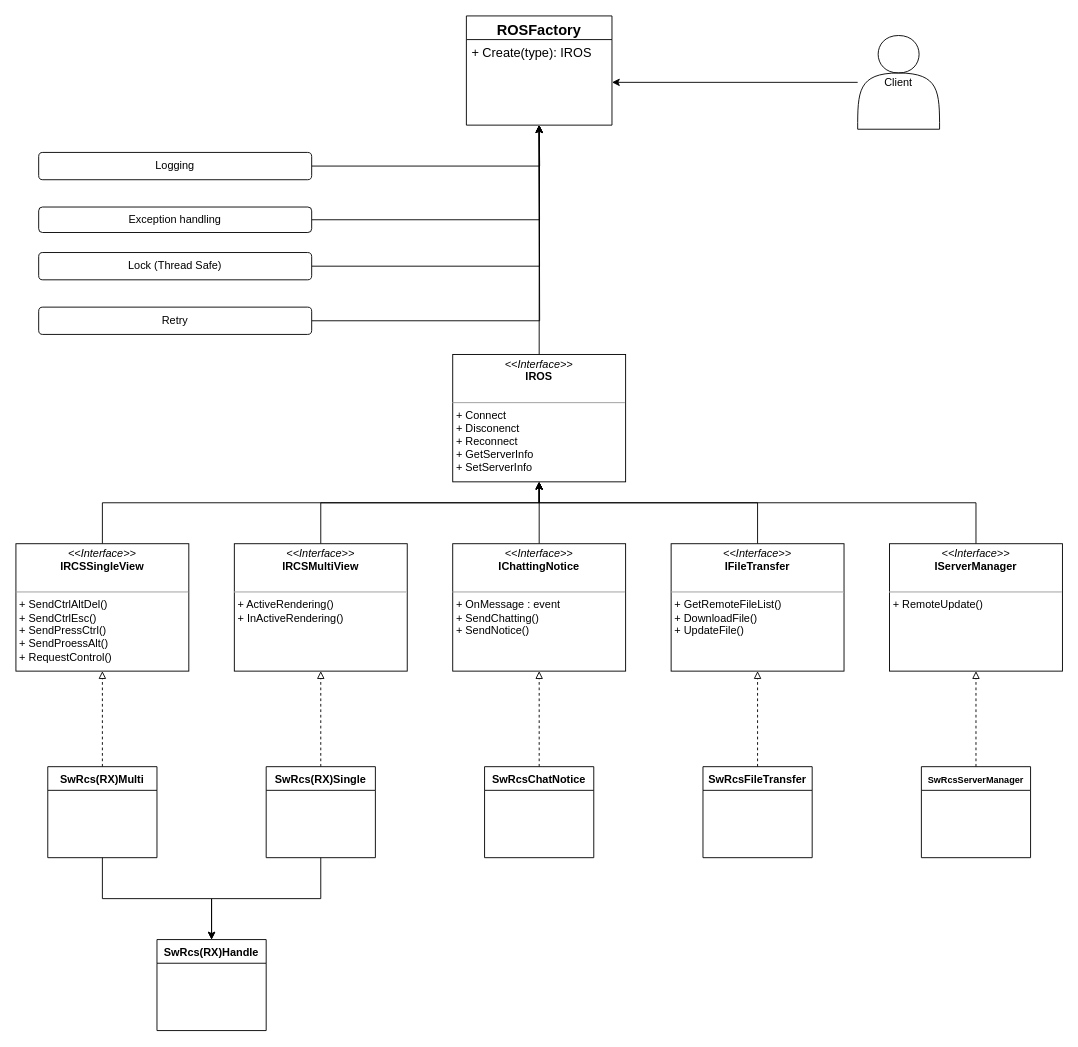
Earlier version of the draw.io diagram etc/ROS_Interface.drawio (rhkdguskim/Study). Source tidied: cells renumbered, new cells numbered last; positions are measured from the earlier drawing's top-left corner, leaving out a move shared by most shapes. Both pictures are drawn from the tidied source at 91%, with x=0, y=0 at pixel (15, 15).
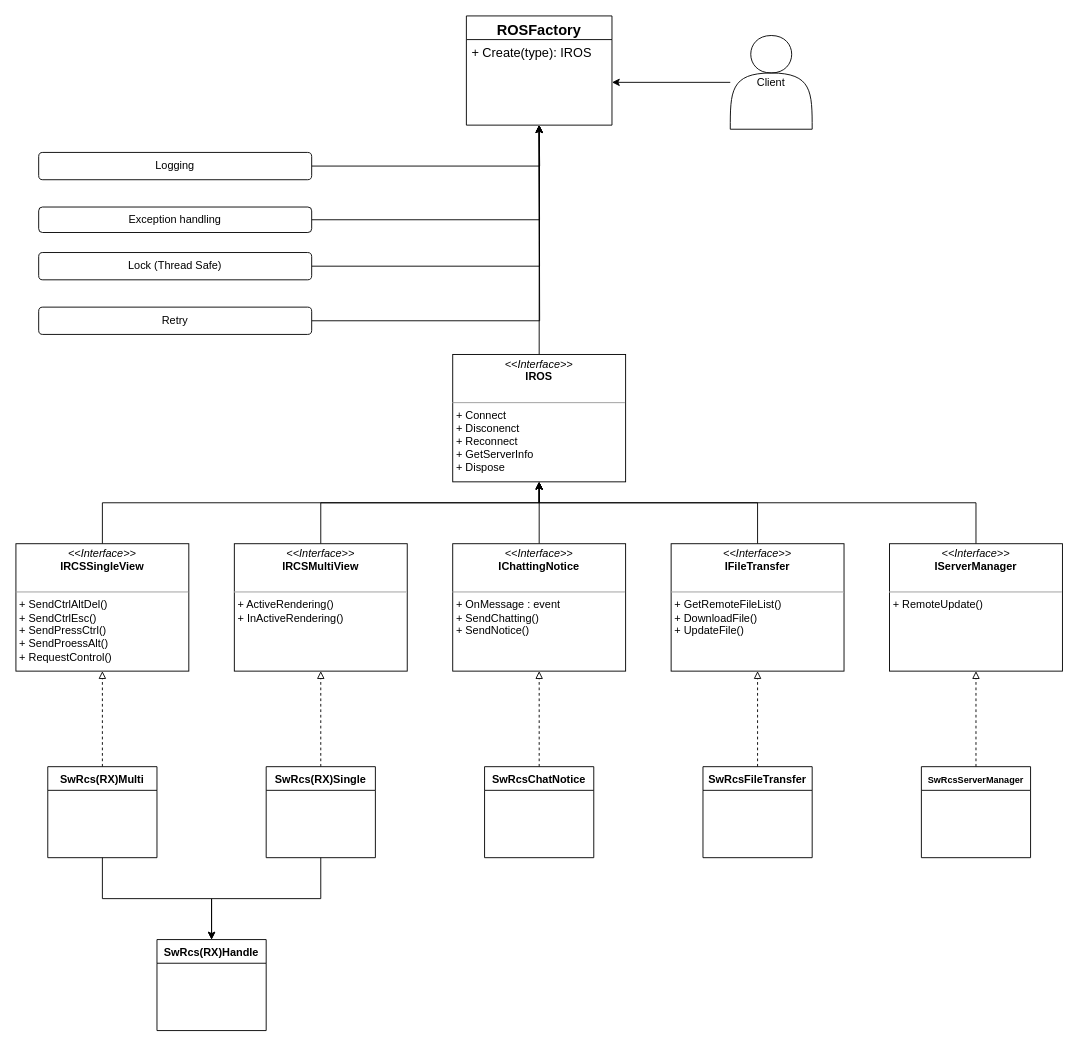
The same diagram, later.

What changed in the source:
```diff
@@
-    <mxCell id="3" value="&lt;p style=&quot;margin:0px;margin-top:4px;text-align:center;&quot;&gt;&lt;i&gt;&amp;lt;&amp;lt;Interface&amp;gt;&amp;gt;&lt;/i&gt;&lt;br&gt;&lt;b&gt;IROS&lt;/b&gt;&lt;/p&gt;&lt;p style=&quot;margin:0px;margin-left:4px;&quot;&gt;&lt;br&gt;&lt;/p&gt;&lt;hr size=&quot;1&quot;&gt;&lt;p style=&quot;margin:0px;margin-left:4px;&quot;&gt;+ Connect&lt;/p&gt;&lt;p style=&quot;margin:0px;margin-left:4px;&quot;&gt;+ Disconenct&lt;/p&gt;&lt;p style=&quot;margin:0px;margin-left:4px;&quot;&gt;+ Reconnect&lt;/p&gt;&lt;p style=&quot;margin:0px;margin-left:4px;&quot;&gt;+ GetServerInfo&lt;/p&gt;&lt;p style=&quot;margin:0px;margin-left:4px;&quot;&gt;+ SetServerInfo&lt;/p&gt;" style="verticalAlign=top;align=left;overflow=fill;fontSize=12;fontFamily=Helvetica;html=1;rounded=0;shadow=0;comic=0;labelBackgroundColor=none;strokeWidth=1;" parent="1" vertex="1">
+    <mxCell id="3" value="&lt;p style=&quot;margin:0px;margin-top:4px;text-align:center;&quot;&gt;&lt;i&gt;&amp;lt;&amp;lt;Interface&amp;gt;&amp;gt;&lt;/i&gt;&lt;br&gt;&lt;b&gt;IROS&lt;/b&gt;&lt;/p&gt;&lt;p style=&quot;margin:0px;margin-left:4px;&quot;&gt;&lt;br&gt;&lt;/p&gt;&lt;hr size=&quot;1&quot;&gt;&lt;p style=&quot;margin:0px;margin-left:4px;&quot;&gt;+ Connect&lt;/p&gt;&lt;p style=&quot;margin:0px;margin-left:4px;&quot;&gt;+ Disconenct&lt;/p&gt;&lt;p style=&quot;margin:0px;margin-left:4px;&quot;&gt;+ Reconnect&lt;/p&gt;&lt;p style=&quot;margin:0px;margin-left:4px;&quot;&gt;+ GetServerInfo&lt;/p&gt;&lt;p style=&quot;margin:0px;margin-left:4px;&quot;&gt;+ Dispose&lt;/p&gt;" style="verticalAlign=top;align=left;overflow=fill;fontSize=12;fontFamily=Helvetica;html=1;rounded=0;shadow=0;comic=0;labelBackgroundColor=none;strokeWidth=1;" parent="1" vertex="1">
       <mxGeometry x="480" y="372" width="190" height="140" as="geometry" />
     </mxCell>
@@
     <mxCell id="38" value="Client" style="shape=actor;whiteSpace=wrap;html=1;" parent="1" vertex="1">
-      <mxGeometry x="925" y="21.5" width="90" height="103" as="geometry" />
+      <mxGeometry x="785" y="21.5" width="90" height="103" as="geometry" />
     </mxCell>
```
